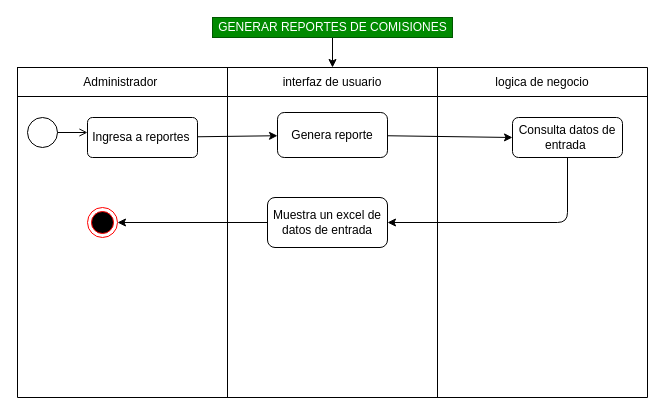
Before: Diagramas_Actividad/DAA.12.1.drawio in DavidArtavia/Activity_Diagram-, a draw.io diagram. Source tidied: cells renumbered, new cells numbered last; positions are measured from the earlier drawing's top-left corner, leaving out a move shared by most shapes. Both pictures are drawn from the tidied source at 100%, with x=0, y=0 at pixel (17, 17).
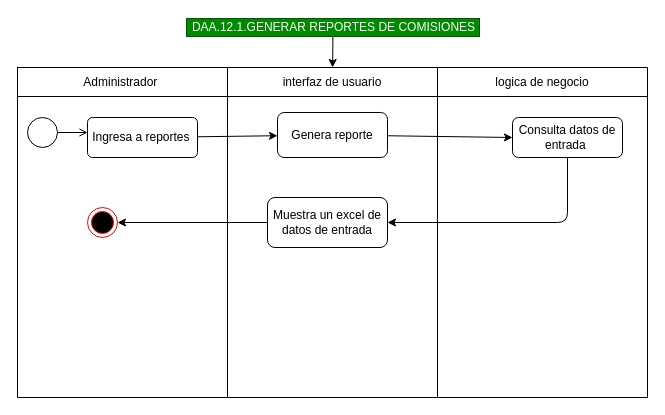
The same page after the edit.

What changed in the source:
```diff
@@
-    <mxCell id="22" value="GENERAR REPORTES DE COMISIONES" style="text;html=1;align=center;verticalAlign=middle;points=[];rounded=0;fillColor=#008a00;fontColor=#ffffff;strokeColor=#005700;" parent="1" vertex="1">
-      <mxGeometry x="195" width="240" height="20" as="geometry" />
+    <mxCell id="22" value="DAA.12.1.GENERAR REPORTES DE COMISIONES" style="text;html=1;align=center;verticalAlign=middle;points=[];rounded=0;fillColor=#008a00;fontColor=#ffffff;strokeColor=#005700;" parent="1" vertex="1">
+      <mxGeometry x="169" y="1" width="293" height="18" as="geometry" />
     </mxCell>
```
